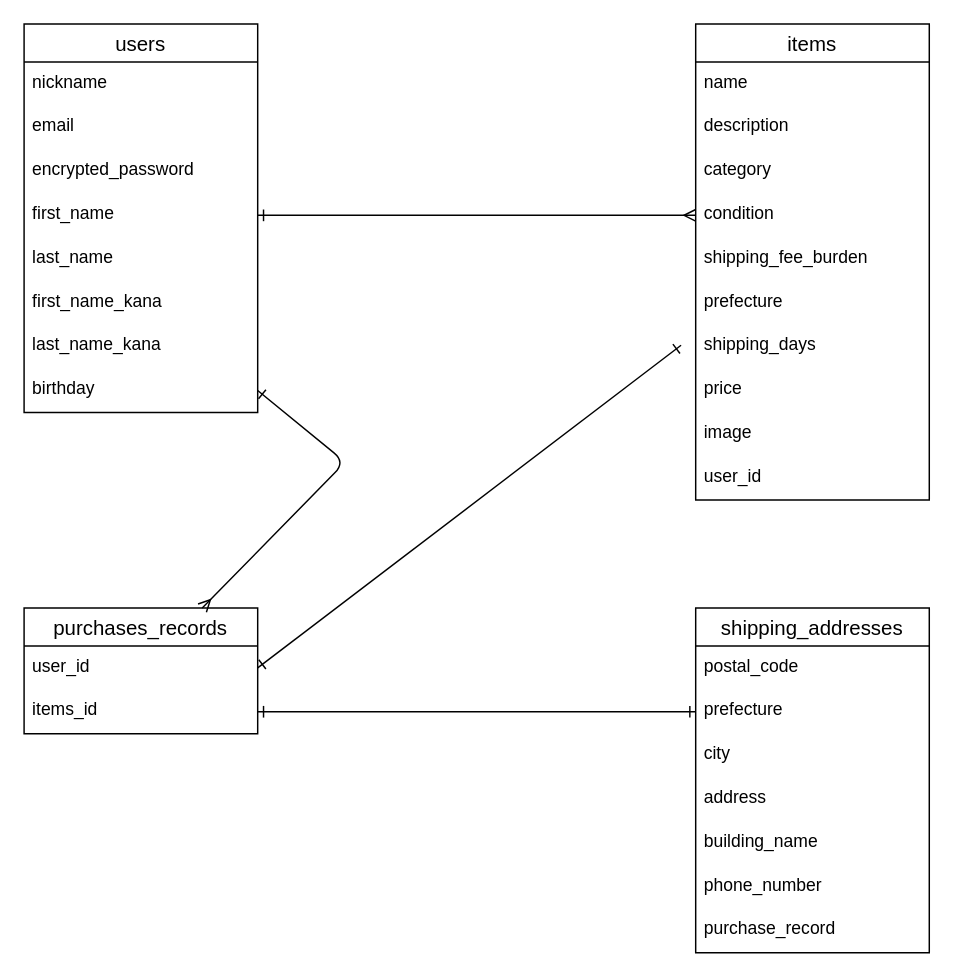
Above: test.dio in ika4649/furima-40610 (draw.io), before the change. Source tidied: cells renumbered, new cells numbered last; positions are measured from the earlier drawing's top-left corner, leaving out a move shared by most shapes. Both pictures are drawn from the tidied source at 146%, with x=0, y=0 at pixel (23, 23).
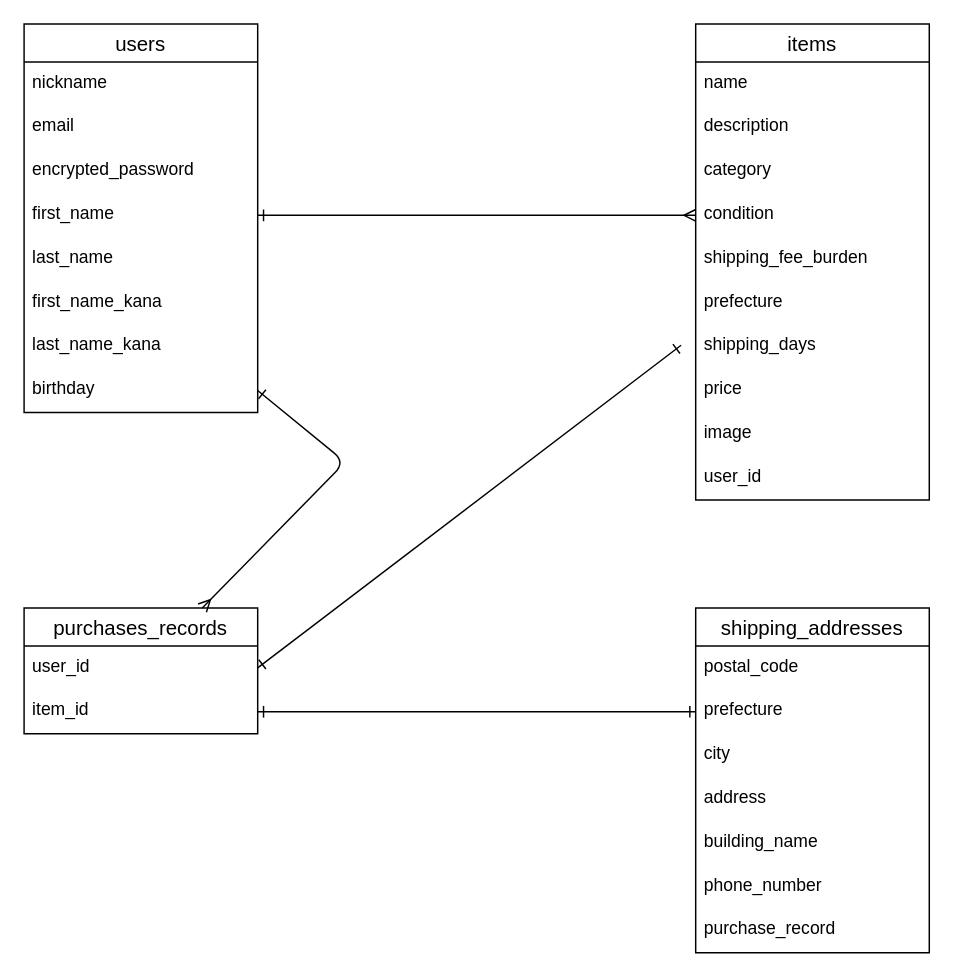
After the change.

Commit message:
データベース設計修正1

Unchanged cells that the change refers to:
```xml
<mxCell id="22" value="purchases_records" style="swimlane;fontStyle=0;horizontal=1;startSize=26;align=center;fontSize=14;" parent="1" vertex="1">
  <mxGeometry y="400" width="160" height="86" as="geometry" />
</mxCell>
```

Change to the diagram source:
```diff
@@
-    <mxCell id="24" value="items_id" style="text;strokeColor=none;fillColor=none;spacingLeft=4;spacingRight=4;overflow=hidden;points=[[0,0.5],[1,0.5]];portConstraint=eastwest;fontSize=12;" parent="22" vertex="1">
+    <mxCell id="24" value="item_id" style="text;strokeColor=none;fillColor=none;spacingLeft=4;spacingRight=4;overflow=hidden;points=[[0,0.5],[1,0.5]];portConstraint=eastwest;fontSize=12;" parent="22" vertex="1">
       <mxGeometry y="56" width="160" height="30" as="geometry" />
     </mxCell>
```
